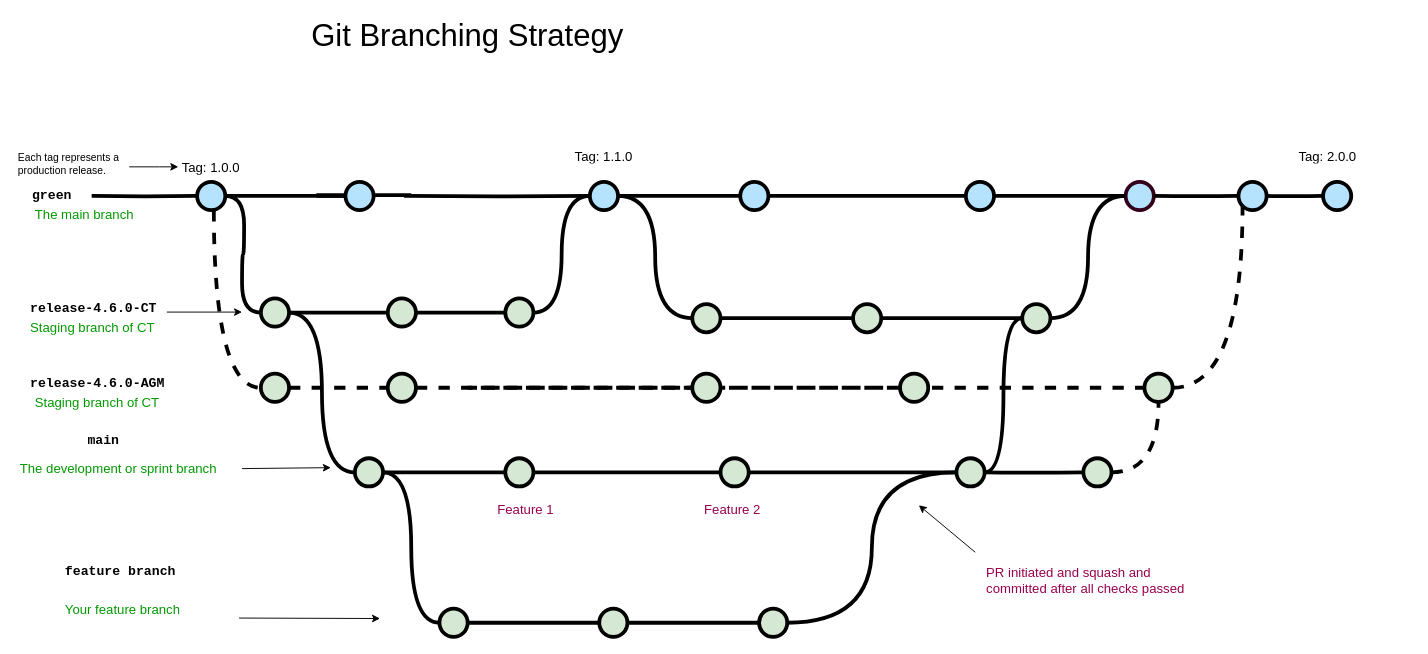
vishalgautam/MyCode keeps this draw.io diagram as gitflow.drawio. Above is the earlier version. Source tidied: cells renumbered, new cells numbered last; positions are measured from the earlier drawing's top-left corner, leaving out a move shared by most shapes. Both pictures are drawn from the tidied source at 94%, with x=0, y=0 at pixel (16, 16).
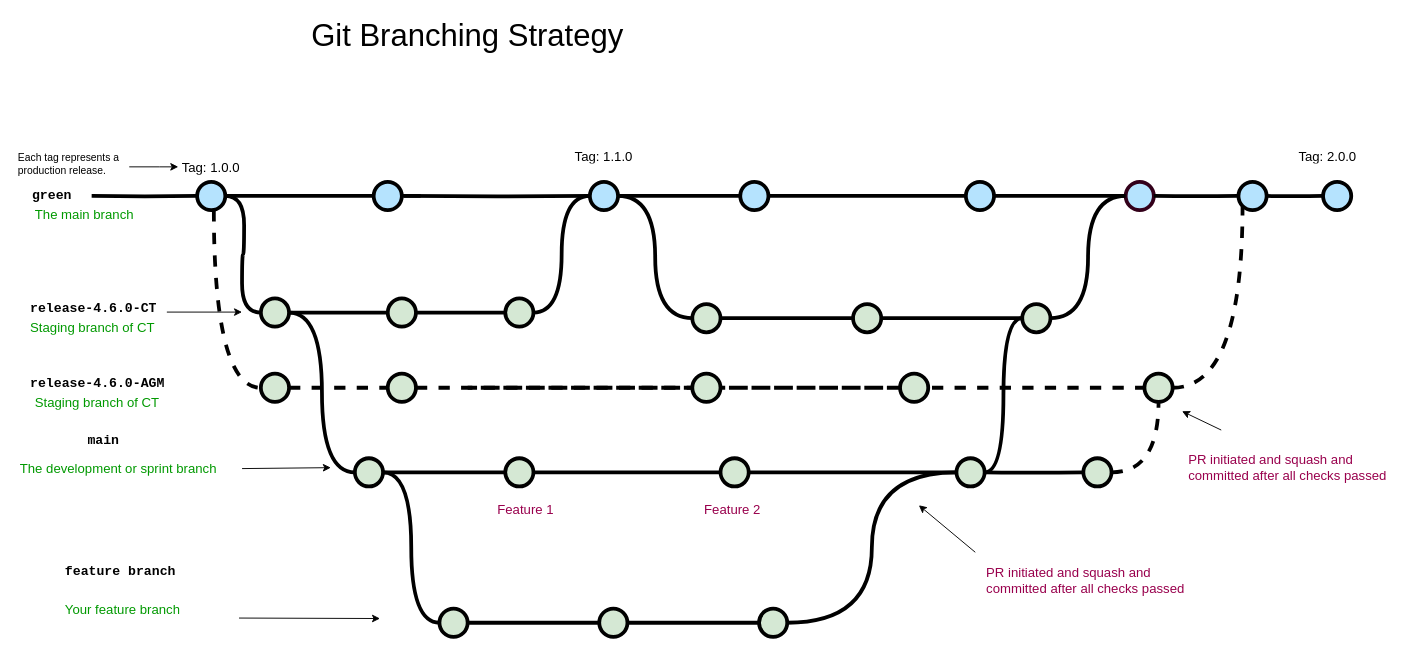
Above is the later version.

The change refers to these unchanged cells:
```xml
<mxCell id="4" style="verticalLabelPosition=bottom;verticalAlign=top;html=1;strokeWidth=4;shape=mxgraph.flowchart.on-page_reference;plain-blue;gradientColor=none;fillColor=#B5E3Fe;strokeColor=#000000;" parent="1" vertex="1">
  <mxGeometry x="192.2" y="176" width="30" height="30" as="geometry" />
</mxCell>
```

The edit, as a diff of the source:
```diff
@@
-    <mxCell id="2" style="edgeStyle=orthogonalEdgeStyle;rounded=0;html=1;jettySize=auto;plain-blue;endArrow=none;endFill=0;strokeWidth=4;strokeColor=#000000;startArrow=none;" parent="1" edge="1" source="75">
-      <mxGeometry x="252.2" y="231" as="geometry">
-        <mxPoint x="420" y="190" as="targetPoint" />
-        <Array as="points">
-          <mxPoint x="321" y="191" />
-          <mxPoint x="321" y="190" />
-        </Array>
-      </mxGeometry>
-    </mxCell>
@@
-    <mxCell id="75" style="verticalLabelPosition=bottom;verticalAlign=top;html=1;strokeWidth=4;shape=mxgraph.flowchart.on-page_reference;plain-blue;gradientColor=none;fillColor=#B5E3Fe;strokeColor=#000000;" parent="1" vertex="1">
-      <mxGeometry x="350" y="176" width="30" height="30" as="geometry" />
-    </mxCell>
-    <mxCell id="76" style="edgeStyle=orthogonalEdgeStyle;rounded=0;html=1;jettySize=auto;plain-blue;endArrow=none;endFill=0;strokeWidth=4;strokeColor=#000000;" parent="1" edge="1" source="4" target="75">
-      <mxGeometry x="252.2" y="231" as="geometry" />
+    <mxCell id="76" style="edgeStyle=orthogonalEdgeStyle;rounded=0;html=1;jettySize=auto;plain-blue;endArrow=none;endFill=0;strokeWidth=4;strokeColor=#000000;startArrow=none;" parent="1" edge="1" source="89">
+      <mxGeometry x="252.2" y="231" as="geometry">
+        <mxPoint x="420" y="191" as="targetPoint" />
+      </mxGeometry>
     </mxCell>
@@
+    <mxCell id="87" value="&lt;font color=&quot;#99004d&quot;&gt;PR initiated and squash and committed after all checks passed&lt;/font&gt;" style="text;html=1;strokeColor=none;fillColor=none;align=left;verticalAlign=middle;whiteSpace=wrap;overflow=hidden;fontSize=14;fontStyle=0;fontColor=#009900;" parent="1" vertex="1">
+      <mxGeometry x="1245" y="440" width="240" height="80" as="geometry" />
+    </mxCell>
+    <mxCell id="88" style="endArrow=classic;html=1;strokeWidth=1;fontFamily=Courier New;fontColor=#009900;" parent="1" edge="1" source="87">
+      <mxGeometry relative="1" as="geometry">
+        <mxPoint x="1240" y="420" as="targetPoint" />
+      </mxGeometry>
+    </mxCell>
+    <mxCell id="89" style="verticalLabelPosition=bottom;verticalAlign=top;html=1;strokeWidth=4;shape=mxgraph.flowchart.on-page_reference;plain-blue;gradientColor=none;fillColor=#B5E3Fe;strokeColor=#000000;" parent="1" vertex="1">
+      <mxGeometry x="380" y="176" width="30" height="30" as="geometry" />
+    </mxCell>
+    <mxCell id="90" style="edgeStyle=orthogonalEdgeStyle;rounded=0;html=1;jettySize=auto;plain-blue;endArrow=none;endFill=0;strokeWidth=4;strokeColor=#000000;" parent="1" edge="1" source="4" target="89">
+      <mxGeometry x="252.2" y="231" as="geometry" />
+    </mxCell>
```
